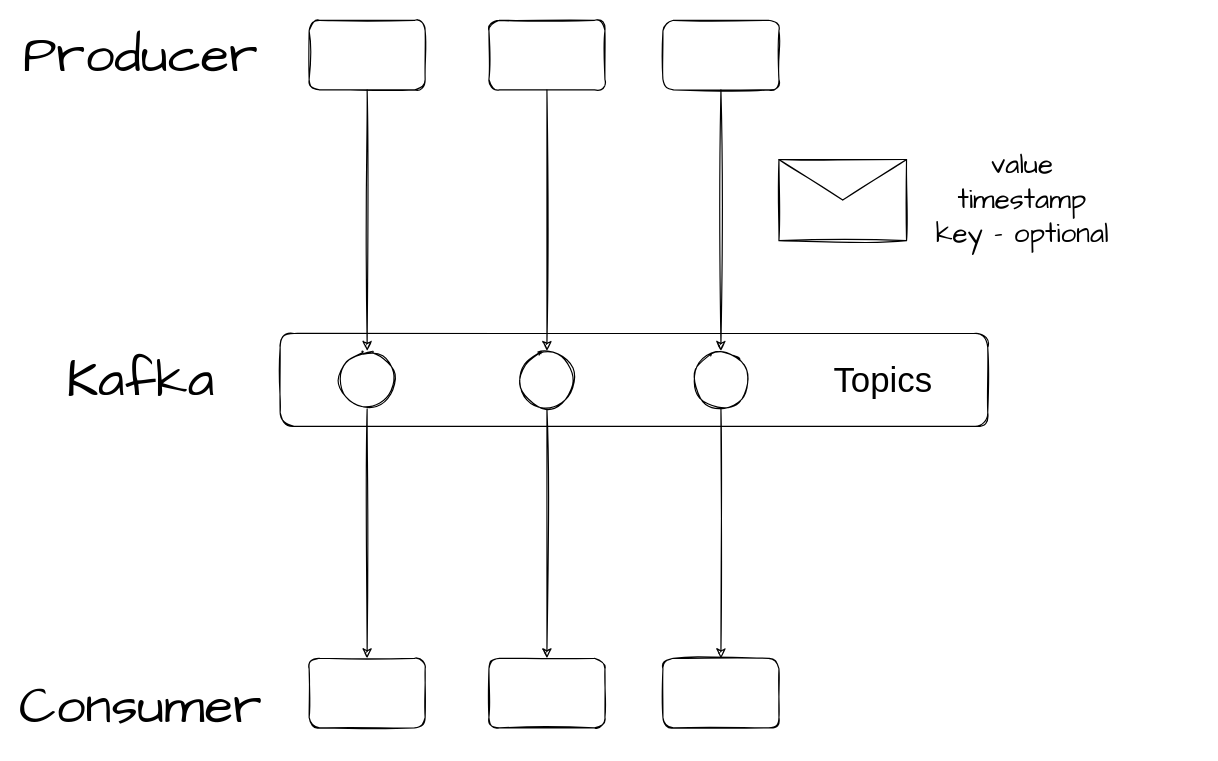
Before: page "Page-1" (1 of 2) of Untitled Diagram.drawio in tamani-coding/kafka-streams-tutorial, a draw.io diagram. Source tidied: cells renumbered, new cells numbered last; positions are measured from the earlier drawing's top-left corner, leaving out a move shared by most shapes. Both pictures are drawn from the tidied source at 116%, with x=0, y=0 at pixel (117, 20).
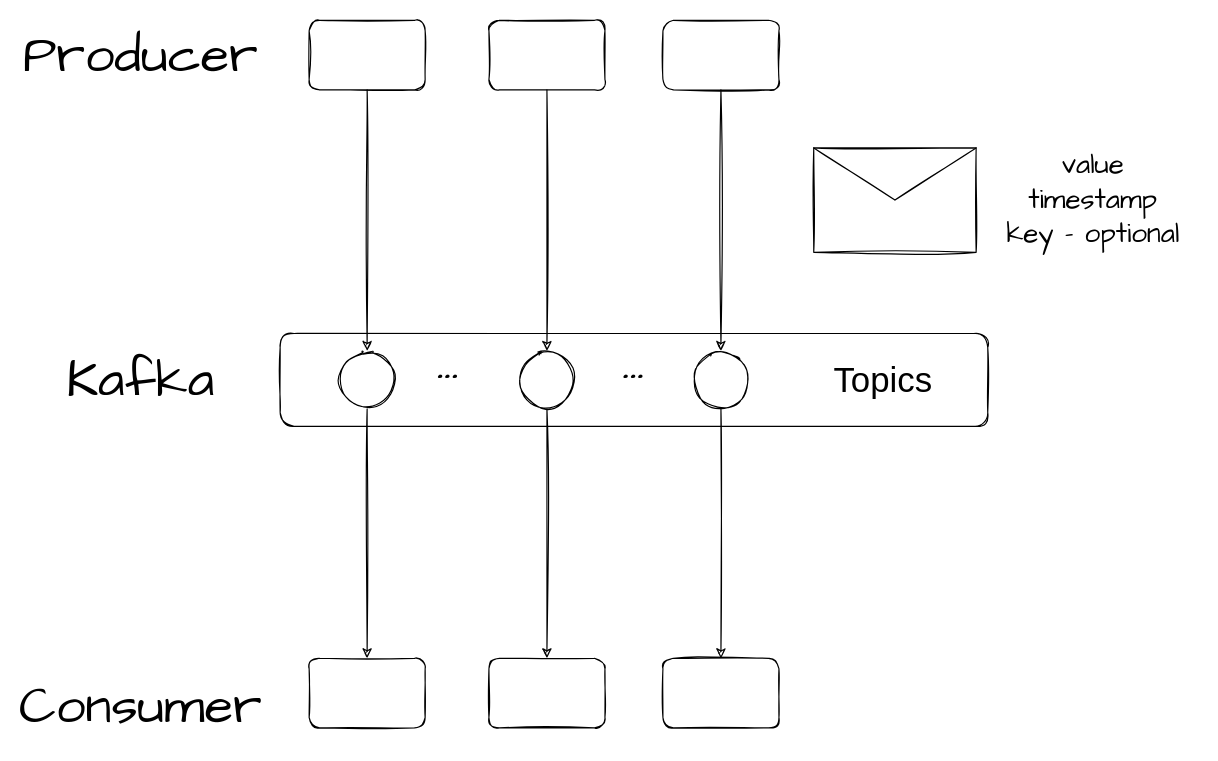
The same page after the edit.

Change to the diagram source:
```diff
@@
     <mxCell id="22" style="shape=message;html=1;whiteSpace=wrap;html=1;sketch=1;" parent="1" vertex="1">
-      <mxGeometry x="570" y="120" width="110" height="70" as="geometry" />
+      <mxGeometry x="600" y="110" width="140" height="90" as="geometry" />
     </mxCell>
     <mxCell id="23" value="&lt;font style=&quot;font-size: 24px&quot; face=&quot;Comic Sans MS&quot;&gt;key - optional&lt;/font&gt;" style="text;html=1;strokeColor=none;fillColor=none;align=center;verticalAlign=middle;whiteSpace=wrap;rounded=0;sketch=1;" parent="1" vertex="1">
-      <mxGeometry x="690" y="175" width="180" height="20" as="geometry" />
+      <mxGeometry x="751" y="175" width="180" height="20" as="geometry" />
     </mxCell>
     <mxCell id="24" value="&lt;font style=&quot;font-size: 24px&quot; face=&quot;Comic Sans MS&quot;&gt;value&lt;/font&gt;" style="text;html=1;strokeColor=none;fillColor=none;align=center;verticalAlign=middle;whiteSpace=wrap;rounded=0;sketch=1;" parent="1" vertex="1">
-      <mxGeometry x="690" y="115" width="180" height="20" as="geometry" />
+      <mxGeometry x="751" y="115" width="180" height="20" as="geometry" />
     </mxCell>
     <mxCell id="25" value="&lt;font style=&quot;font-size: 24px&quot; face=&quot;Comic Sans MS&quot;&gt;timestamp&lt;/font&gt;" style="text;html=1;strokeColor=none;fillColor=none;align=center;verticalAlign=middle;whiteSpace=wrap;rounded=0;sketch=1;" parent="1" vertex="1">
-      <mxGeometry x="690" y="145" width="180" height="20" as="geometry" />
+      <mxGeometry x="751" y="145" width="180" height="20" as="geometry" />
     </mxCell>
+    <mxCell id="26" value="&lt;font style=&quot;font-size: 45px&quot; face=&quot;Comic Sans MS&quot;&gt;...&lt;/font&gt;" style="text;html=1;strokeColor=none;fillColor=none;align=center;verticalAlign=middle;whiteSpace=wrap;rounded=0;sketch=1;" parent="1" vertex="1">
+      <mxGeometry x="425" y="285" width="40" height="20" as="geometry" />
+    </mxCell>
+    <mxCell id="27" value="&lt;font style=&quot;font-size: 45px&quot; face=&quot;Comic Sans MS&quot;&gt;...&lt;/font&gt;" style="text;html=1;strokeColor=none;fillColor=none;align=center;verticalAlign=middle;whiteSpace=wrap;rounded=0;sketch=1;" parent="1" vertex="1">
+      <mxGeometry x="265" y="285" width="40" height="20" as="geometry" />
+    </mxCell>
```
